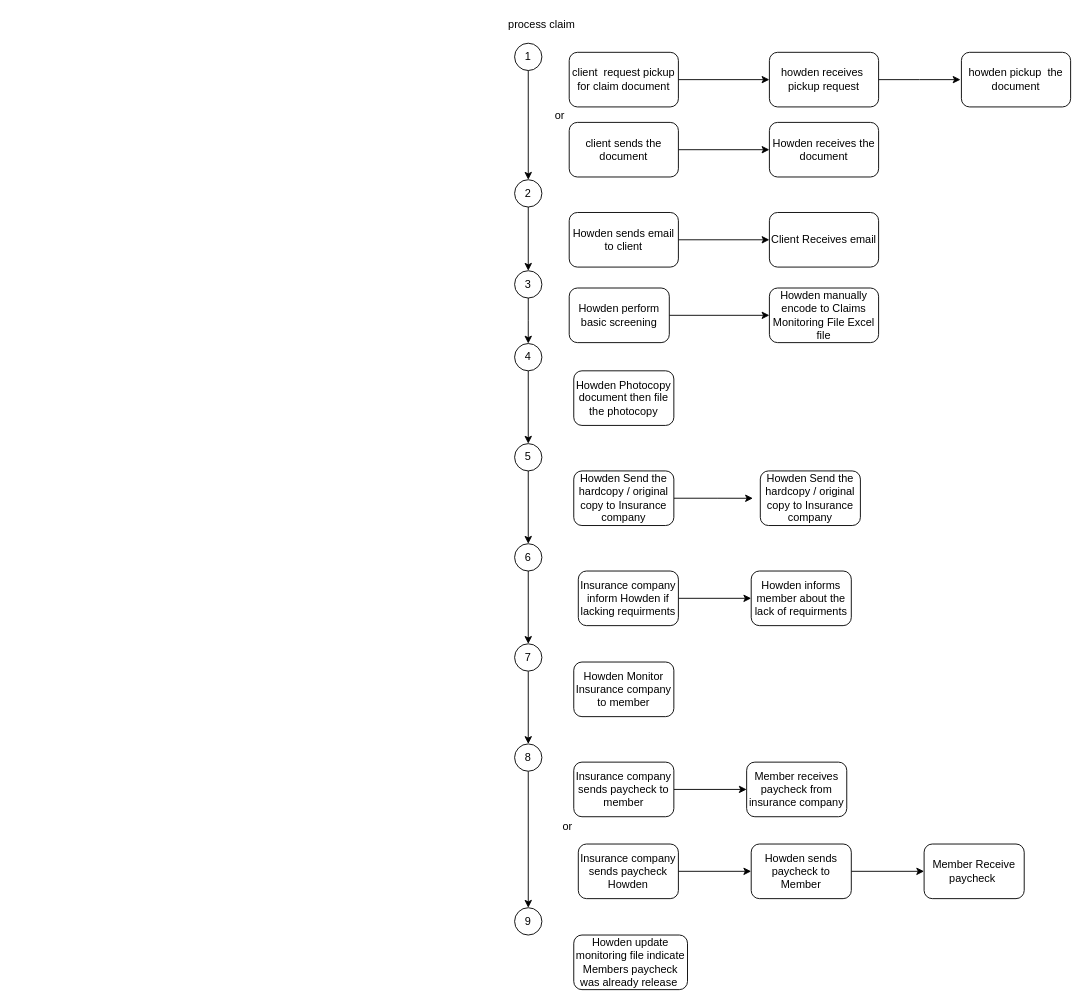
Earlier version of the draw.io diagram page "Claim" (3 of 10) of howdengroup.drawio (jasarvn/howdengroup). Source tidied: cells renumbered, new cells numbered last; positions are measured from the earlier drawing's top-left corner, leaving out a move shared by most shapes. Both pictures are drawn from the tidied source at 91%, with x=0, y=0 at pixel (505, 15).
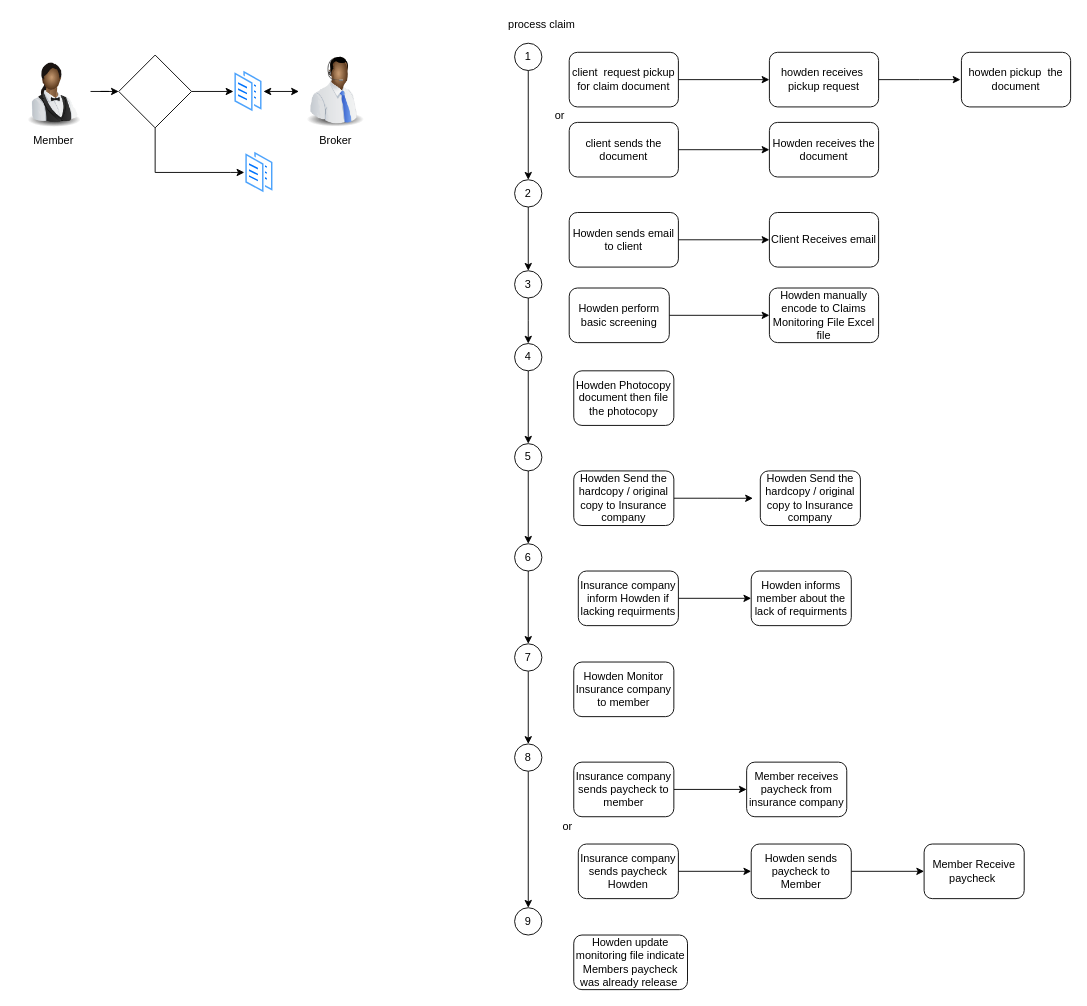
Above is the later version.

What changed in the source:
```diff
@@
+    <mxCell id="53" style="edgeStyle=orthogonalEdgeStyle;rounded=0;jettySize=auto;html=1;entryX=0;entryY=0.5;entryDx=0;entryDy=0;" parent="1" edge="1" source="54" target="58">
+      <mxGeometry relative="1" as="geometry" />
+    </mxCell>
+    <mxCell id="54" value="Member&lt;br&gt;" style="image;html=1;labelBackgroundColor=#ffffff;image=img/lib/clip_art/people/Waiter_Woman_Black_128x128.png;" parent="1" vertex="1">
+      <mxGeometry x="-538" y="43" width="82" height="80" as="geometry" />
+    </mxCell>
+    <mxCell id="55" value="Broker" style="image;html=1;labelBackgroundColor=#ffffff;image=img/lib/clip_art/people/Telesales_Man_Black_128x128.png;" parent="1" vertex="1">
+      <mxGeometry x="-227" y="43" width="80" height="80" as="geometry" />
+    </mxCell>
+    <mxCell id="56" style="edgeStyle=orthogonalEdgeStyle;rounded=0;jettySize=auto;html=1;entryX=0;entryY=0.5;entryDx=0;entryDy=0;" parent="1" edge="1" source="58" target="59">
+      <mxGeometry relative="1" as="geometry">
+        <Array as="points">
+          <mxPoint x="-385" y="172" />
+          <mxPoint x="-302" y="172" />
+        </Array>
+      </mxGeometry>
+    </mxCell>
+    <mxCell id="57" style="edgeStyle=orthogonalEdgeStyle;rounded=0;jettySize=auto;html=1;entryX=0;entryY=0.5;entryDx=0;entryDy=0;" parent="1" edge="1" source="58" target="60">
+      <mxGeometry relative="1" as="geometry" />
+    </mxCell>
+    <mxCell id="58" style="rhombus;whiteSpace=wrap;html=1;" parent="1" vertex="1">
+      <mxGeometry x="-425" y="43" width="80" height="80" as="geometry" />
+    </mxCell>
+    <mxCell id="59" style="perimeter=ellipsePerimeter;html=1;align=center;shadow=0;dashed=0;spacingTop=3;image;image=img/lib/active_directory/documents.svg;" parent="1" vertex="1">
+      <mxGeometry x="-287" y="147" width="33" height="50" as="geometry" />
+    </mxCell>
+    <mxCell id="60" style="perimeter=ellipsePerimeter;html=1;align=center;shadow=0;dashed=0;spacingTop=3;image;image=img/lib/active_directory/documents.svg;" parent="1" vertex="1">
+      <mxGeometry x="-299" y="58" width="33" height="50" as="geometry" />
+    </mxCell>
+    <mxCell id="61" style="endArrow=classic;startArrow=classic;html=1;exitX=1;exitY=0.5;exitDx=0;exitDy=0;" parent="1" edge="1" source="60" target="55">
+      <mxGeometry relative="1" as="geometry" />
+    </mxCell>
```
